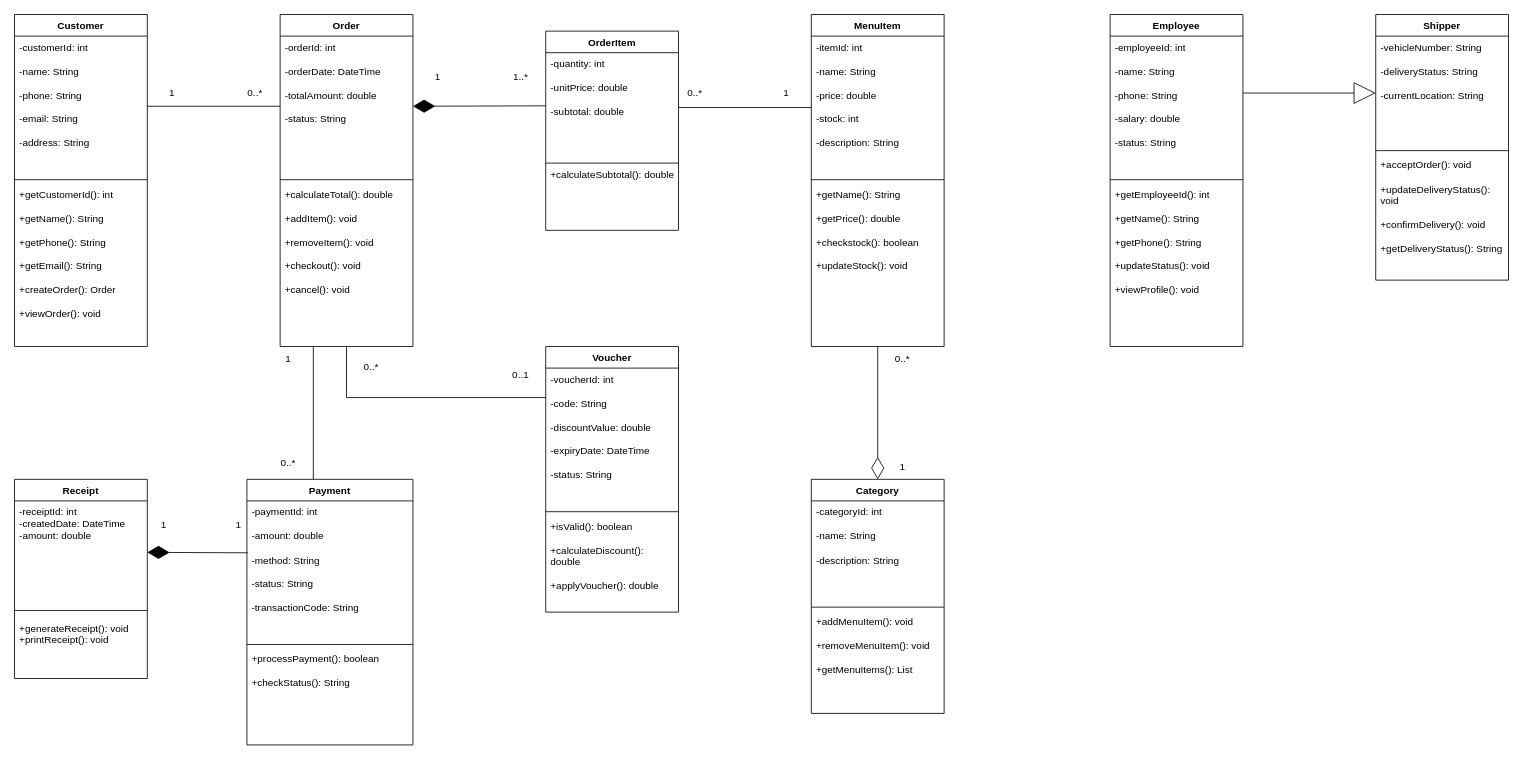
lam1115/VuTranLam_B25DTCN251_IT105_Session_07_BTTH keeps this draw.io diagram as page "SS07-BTTH" (2 of 2) of BTTH/SS07-BTTH.drawio.xml. Above is the earlier version. Source tidied: cells renumbered, new cells numbered last; positions are measured from the earlier drawing's top-left corner, leaving out a move shared by most shapes. Both pictures are drawn from the tidied source at 83%, with x=0, y=0 at pixel (14, 14).
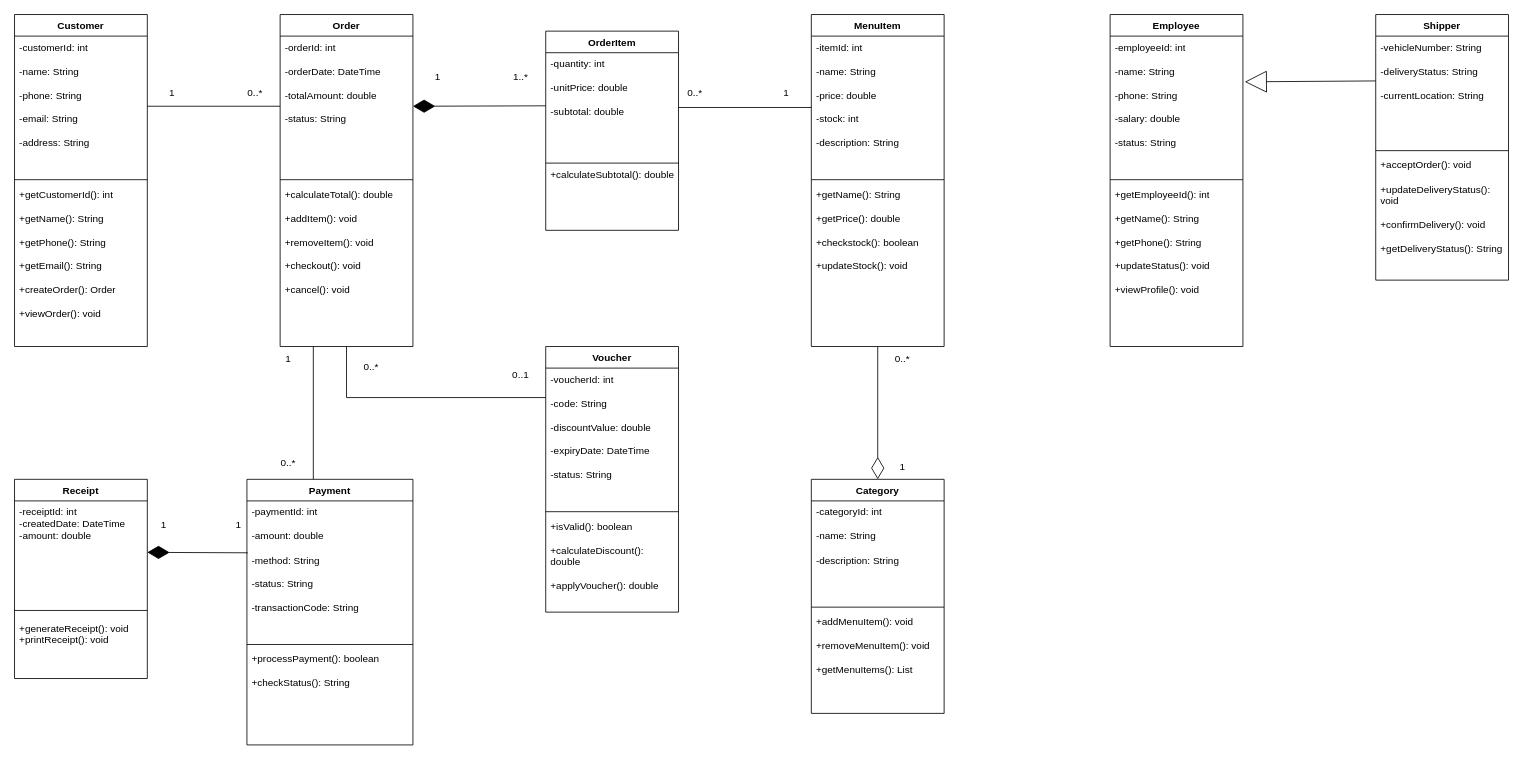
The same page after the edit.

The change refers to these unchanged cells:
```xml
<mxCell id="16" value="&lt;div&gt;-employeeId: int&lt;/div&gt;&lt;div&gt;&lt;br&gt;&lt;/div&gt;&lt;div&gt;-name: String&lt;/div&gt;&lt;div&gt;&lt;br&gt;&lt;/div&gt;&lt;div&gt;-phone: String&lt;/div&gt;&lt;div&gt;&lt;br&gt;&lt;/div&gt;&lt;div&gt;-salary: double&lt;/div&gt;&lt;div&gt;&lt;br&gt;&lt;/div&gt;&lt;div&gt;-status: String&lt;/div&gt;" style="text;strokeColor=none;fillColor=none;align=left;verticalAlign=top;spacingLeft=4;spacingRight=4;overflow=hidden;points=[[0,0.5],[1,0.5]];portConstraint=eastwest;whiteSpace=wrap;html=1;" parent="15" vertex="1">
  <mxGeometry y="26" width="160" height="169" as="geometry" />
</mxCell>
<mxCell id="48" value="Shipper" style="swimlane;fontStyle=1;align=center;verticalAlign=top;horizontal=1;startSize=26;whiteSpace=wrap;html=1;" parent="1" vertex="1">
  <mxGeometry x="1640" width="160" height="320" as="geometry" />
</mxCell>
```

Diff of the diagram source:
```diff
@@
-    <mxCell id="57" style="endArrow=block;endFill=0;endSize=24;html=1;rounded=0;" parent="1" edge="1">
-      <mxGeometry relative="1" as="geometry">
-        <mxPoint x="1480" y="94.6" as="sourcePoint" />
-        <mxPoint x="1640" y="94.6" as="targetPoint" />
-      </mxGeometry>
+    <mxCell id="57" style="endArrow=block;endFill=0;endSize=24;html=1;rounded=0;exitX=0;exitY=0.25;exitDx=0;exitDy=0;entryX=1.014;entryY=0.326;entryDx=0;entryDy=0;entryPerimeter=0;" parent="1" edge="1" source="48" target="16">
+      <mxGeometry relative="1" as="geometry" />
     </mxCell>
```
